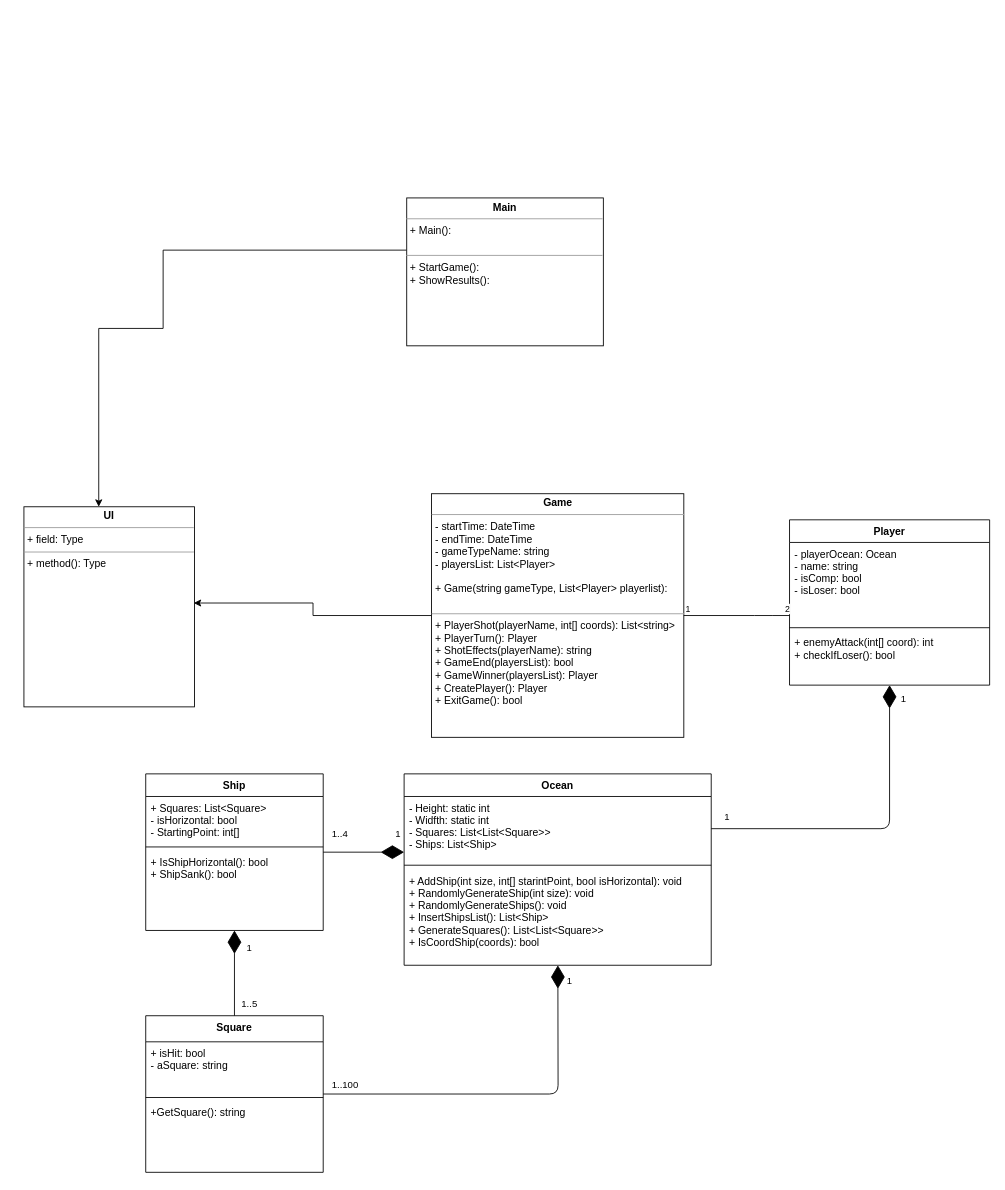
CodecoolGlobal/battle-ship-in-the-oo-way-war_ships keeps this draw.io diagram as specifications/UML_Battleship.drawio. Above is the earlier version. Source tidied: cells renumbered, new cells numbered last; positions are measured from the earlier drawing's top-left corner, leaving out a move shared by most shapes. Both pictures are drawn from the tidied source at 87%, with x=0, y=0 at pixel (23, 197).
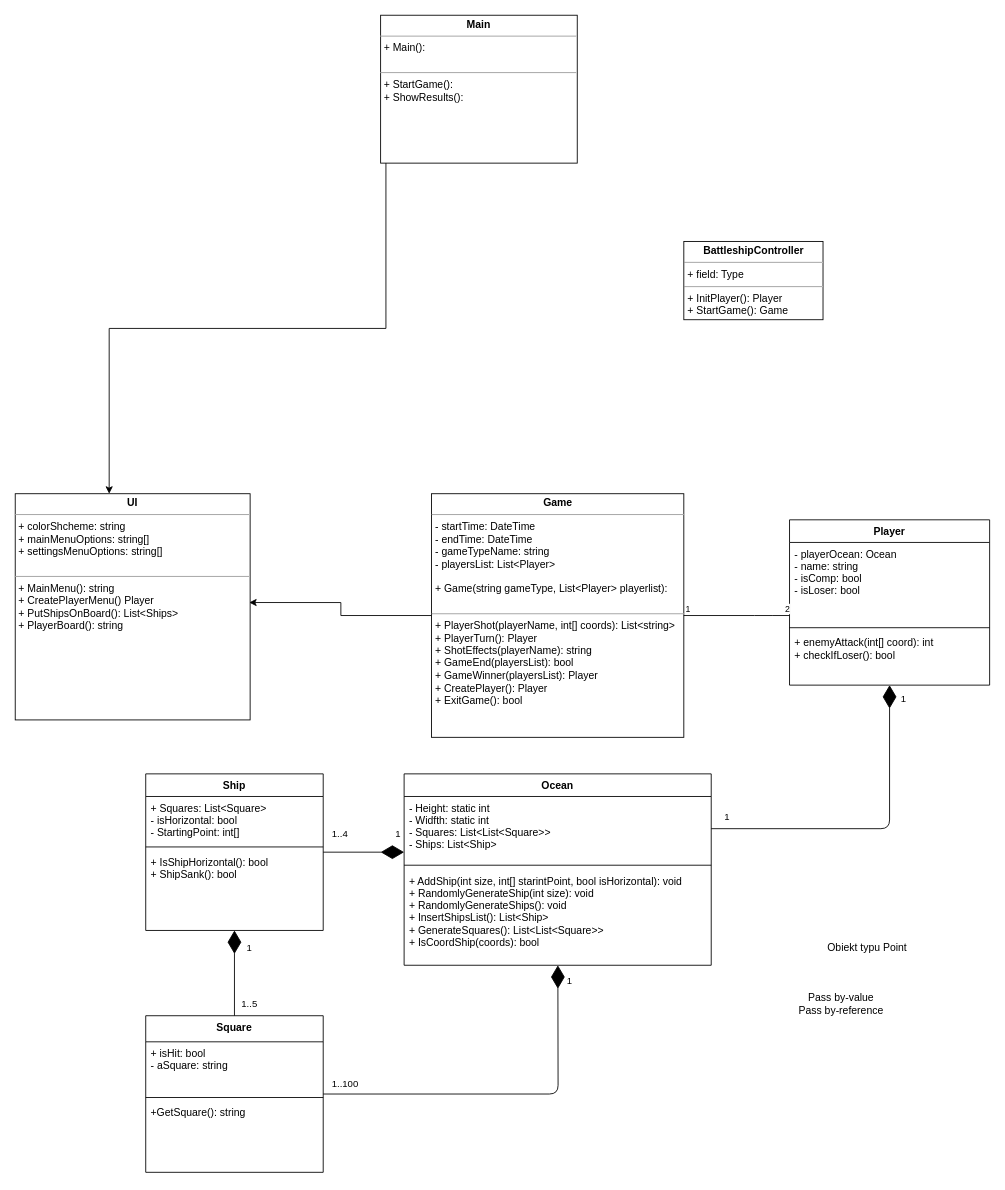
Above is the later version.

Commit message (it also covers changes not shown here):
Player and UML initialized

Diff of the diagram source:
```diff
@@
-    <mxCell id="12" style="edgeStyle=orthogonalEdgeStyle;rounded=0;jettySize=auto;html=1;" parent="1" edge="1" source="13" target="14">
+    <mxCell id="12" style="edgeStyle=orthogonalEdgeStyle;rounded=0;jettySize=auto;html=1;exitX=0.027;exitY=0.412;exitDx=0;exitDy=0;exitPerimeter=0;" parent="1" edge="1" source="13" target="14">
       <mxGeometry relative="1" as="geometry">
         <Array as="points">
-          <mxPoint x="160" y="60" />
-          <mxPoint x="160" y="150" />
-          <mxPoint x="86" y="150" />
+          <mxPoint x="98" y="150" />
         </Array>
       </mxGeometry>
     </mxCell>
     <mxCell id="13" value="&lt;p style=&quot;margin: 0px ; margin-top: 4px ; text-align: center&quot;&gt;&lt;b&gt;Main&lt;/b&gt;&lt;/p&gt;&lt;hr size=&quot;1&quot;&gt;&lt;p style=&quot;margin: 0px ; margin-left: 4px&quot;&gt;+ Main():&lt;/p&gt;&lt;p style=&quot;margin: 0px ; margin-left: 4px&quot;&gt;&lt;br&gt;&lt;/p&gt;&lt;hr size=&quot;1&quot;&gt;&lt;p style=&quot;margin: 0px ; margin-left: 4px&quot;&gt;+ StartGame():&lt;/p&gt;&lt;p style=&quot;margin: 0px ; margin-left: 4px&quot;&gt;+ ShowResults():&lt;/p&gt;&lt;p style=&quot;margin: 0px ; margin-left: 4px&quot;&gt;&lt;br&gt;&lt;/p&gt;" style="verticalAlign=top;align=left;overflow=fill;fontSize=12;fontFamily=Helvetica;html=1;" parent="1" vertex="1">
-      <mxGeometry x="440" width="226" height="170" as="geometry" />
+      <mxGeometry x="410" y="-210" width="226" height="170" as="geometry" />
     </mxCell>
-    <mxCell id="14" value="&lt;p style=&quot;margin: 0px ; margin-top: 4px ; text-align: center&quot;&gt;&lt;b&gt;UI&lt;/b&gt;&lt;br&gt;&lt;/p&gt;&lt;hr size=&quot;1&quot;&gt;&lt;p style=&quot;margin: 0px ; margin-left: 4px&quot;&gt;+ field: Type&lt;/p&gt;&lt;hr size=&quot;1&quot;&gt;&lt;p style=&quot;margin: 0px ; margin-left: 4px&quot;&gt;+ method(): Type&lt;/p&gt;" style="verticalAlign=top;align=left;overflow=fill;fontSize=12;fontFamily=Helvetica;html=1;" parent="1" vertex="1">
-      <mxGeometry y="355" width="196" height="230" as="geometry" />
+    <mxCell id="14" value="&lt;p style=&quot;margin: 0px ; margin-top: 4px ; text-align: center&quot;&gt;&lt;b&gt;UI&lt;/b&gt;&lt;br&gt;&lt;/p&gt;&lt;hr size=&quot;1&quot;&gt;&lt;p style=&quot;margin: 0px ; margin-left: 4px&quot;&gt;+ colorShcheme: string&lt;/p&gt;&lt;p style=&quot;margin: 0px ; margin-left: 4px&quot;&gt;+ mainMenuOptions: string[]&lt;/p&gt;&lt;p style=&quot;margin: 0px ; margin-left: 4px&quot;&gt;+ settingsMenuOptions: string[]&lt;br&gt;&lt;/p&gt;&lt;p style=&quot;margin: 0px ; margin-left: 4px&quot;&gt;&lt;br&gt;&lt;/p&gt;&lt;hr size=&quot;1&quot;&gt;&lt;p style=&quot;margin: 0px ; margin-left: 4px&quot;&gt;+ MainMenu(): string&lt;/p&gt;&lt;p style=&quot;margin: 0px ; margin-left: 4px&quot;&gt;+ CreatePlayerMenu() Player&lt;/p&gt;&lt;p style=&quot;margin: 0px ; margin-left: 4px&quot;&gt;+ PutShipsOnBoard(): List&amp;lt;Ships&amp;gt;&lt;/p&gt;&lt;p style=&quot;margin: 0px ; margin-left: 4px&quot;&gt;+ PlayerBoard(): string&lt;br&gt;&lt;/p&gt;" style="verticalAlign=top;align=left;overflow=fill;fontSize=12;fontFamily=Helvetica;html=1;" parent="1" vertex="1">
+      <mxGeometry x="-10" y="340" width="270" height="260" as="geometry" />
     </mxCell>
@@
+    <mxCell id="38" value="Obiekt typu Point" style="text;html=1;align=center;verticalAlign=middle;" parent="1" vertex="1">
+      <mxGeometry x="919" y="852" width="100" height="20" as="geometry" />
+    </mxCell>
+    <mxCell id="39" value="&lt;div&gt;Pass by-value&lt;/div&gt;&lt;div&gt;Pass by-reference&lt;br&gt;&lt;/div&gt;" style="text;html=1;align=center;verticalAlign=middle;" parent="1" vertex="1">
+      <mxGeometry x="879" y="912" width="120" height="30" as="geometry" />
+    </mxCell>
+    <mxCell id="40" value="&lt;p style=&quot;margin: 0px ; margin-top: 4px ; text-align: center&quot;&gt;&lt;b&gt;BattleshipController&lt;/b&gt;&lt;br&gt;&lt;/p&gt;&lt;hr size=&quot;1&quot;&gt;&lt;p style=&quot;margin: 0px ; margin-left: 4px&quot;&gt;+ field: Type&lt;/p&gt;&lt;hr size=&quot;1&quot;&gt;&lt;p style=&quot;margin: 0px ; margin-left: 4px&quot;&gt;+ InitPlayer(): Player&lt;br&gt;&lt;/p&gt;&lt;p style=&quot;margin: 0px ; margin-left: 4px&quot;&gt;+ StartGame(): Game&lt;br&gt;&lt;/p&gt;" style="verticalAlign=top;align=left;overflow=fill;fontSize=12;fontFamily=Helvetica;html=1;" parent="1" vertex="1">
+      <mxGeometry x="758.5" y="50" width="160" height="90" as="geometry" />
+    </mxCell>
```
